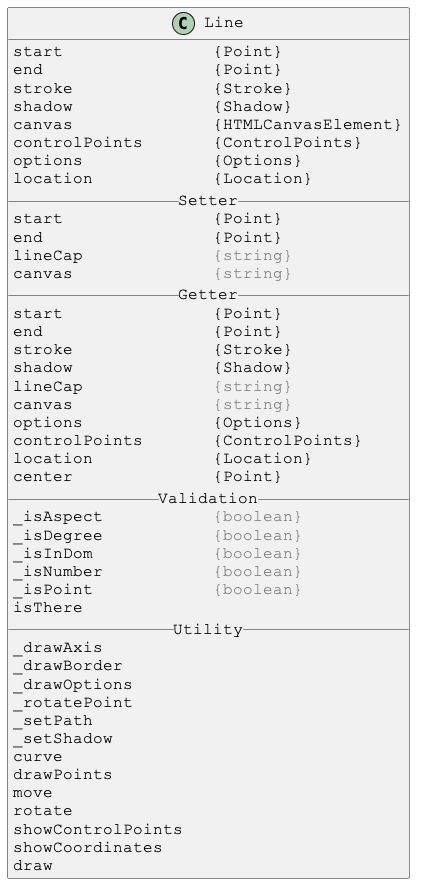
Justin-Byrne/canvasLab keeps this PlantUML diagram as docs/PlantUml/image/Line.png. Above is the earlier version.
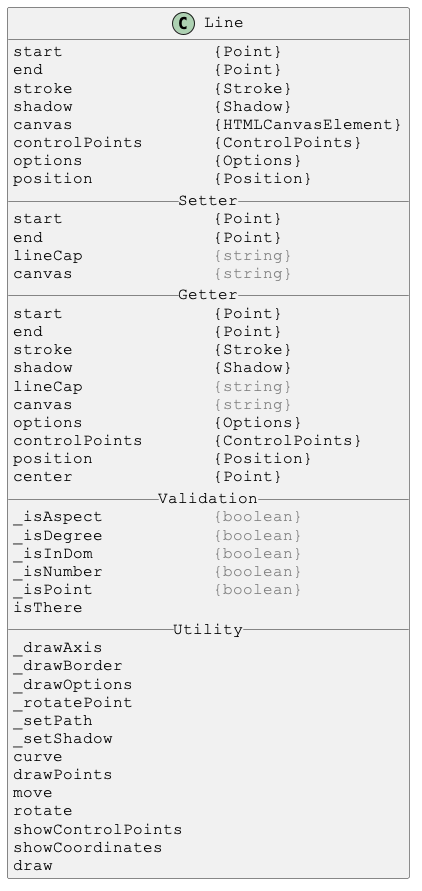
The same file after the commit.

The edit, as a diff of the source:
```diff
@@ -11,7 +11,7 @@
 canvas              {HTMLCanvasElement}
 controlPoints       {ControlPoints}
 options             {Options}
-location            {Location}
+position            {Position}
 __ Setter __
 start               {Point}
 end                 {Point}
@@ -26,7 +26,7 @@
 canvas              <color:gray>{string}</color>
 options             {Options}
 controlPoints       {ControlPoints}
-location            {Location}
+position            {Position}
 center              {Point}
 __ Validation __
 _isAspect           <color:gray>{boolean}</color>
```
